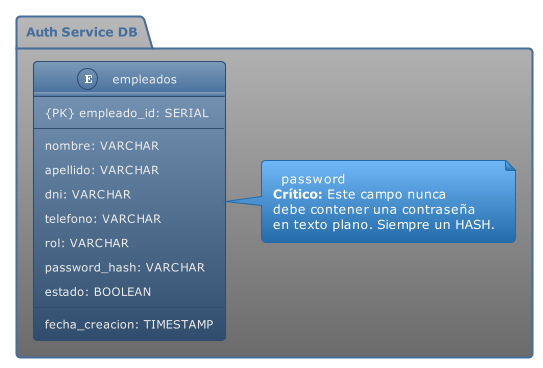
The PlantUML diagram docs/DBs-services/auth_service.png in royfrankly/Happy-Donnut-Software, before a commit. Its diagram source:
```plantuml
@startuml
!theme spacelab

package "Auth Service DB" {
    entity "empleados" {
        {PK} empleado_id: SERIAL
        --
        nombre: VARCHAR
        apellido: VARCHAR
        dni: VARCHAR
        telefono: VARCHAR
        rol: VARCHAR
        password_hash: VARCHAR
        estado: BOOLEAN
        --
        fecha_creacion: TIMESTAMP
    }
    note right of "empleados"
        password
      **Crítico:** Este campo nunca
      debe contener una contraseña
      en texto plano. Siempre un HASH.
    end note
}

@enduml
```
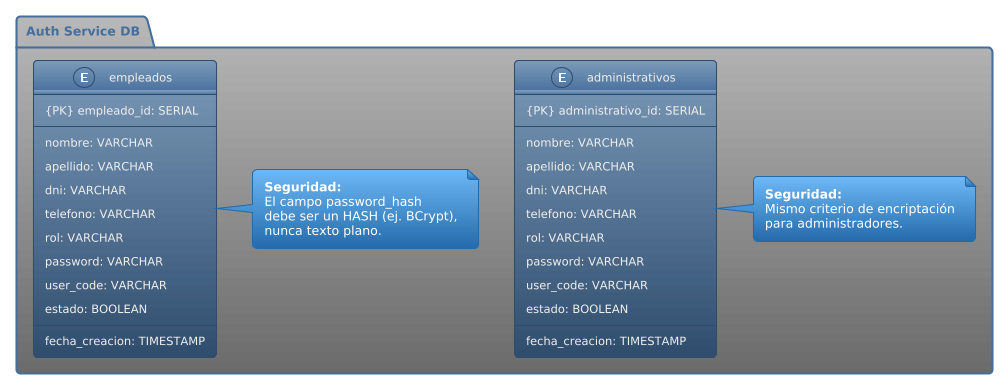
After the change.

Commit message:
feat(auth):se hicieron cambios en el readme y en la documentacion de auth para las bases de datos

Diff of the diagram source:
```diff
@@ -2,6 +2,7 @@
 !theme spacelab
 
 package "Auth Service DB" {
+
     entity "empleados" {
         {PK} empleado_id: SERIAL
         --
@@ -10,17 +11,40 @@
         dni: VARCHAR
         telefono: VARCHAR
         rol: VARCHAR
-        password_hash: VARCHAR
+        password: VARCHAR
+        user_code: VARCHAR
         estado: BOOLEAN
         --
         fecha_creacion: TIMESTAMP
     }
+
     note right of "empleados"
-        password
-      **Crítico:** Este campo nunca
-      debe contener una contraseña
-      en texto plano. Siempre un HASH.
+       **Seguridad:**
+       El campo password_hash
+       debe ser un HASH (ej. BCrypt),
+       nunca texto plano.
     end note
+
+    entity "administrativos" {
+        {PK} administrativo_id: SERIAL
+        --
+        nombre: VARCHAR
+        apellido: VARCHAR
+        dni: VARCHAR
+        telefono: VARCHAR
+        rol: VARCHAR
+        password: VARCHAR
+        user_code: VARCHAR
+        estado: BOOLEAN
+        --
+        fecha_creacion: TIMESTAMP
+    }
+
+    note right of "administrativos"
+       **Seguridad:**
+       Mismo criterio de encriptación
+       para administradores.
+    end note
+
 }
-
 @enduml
```
